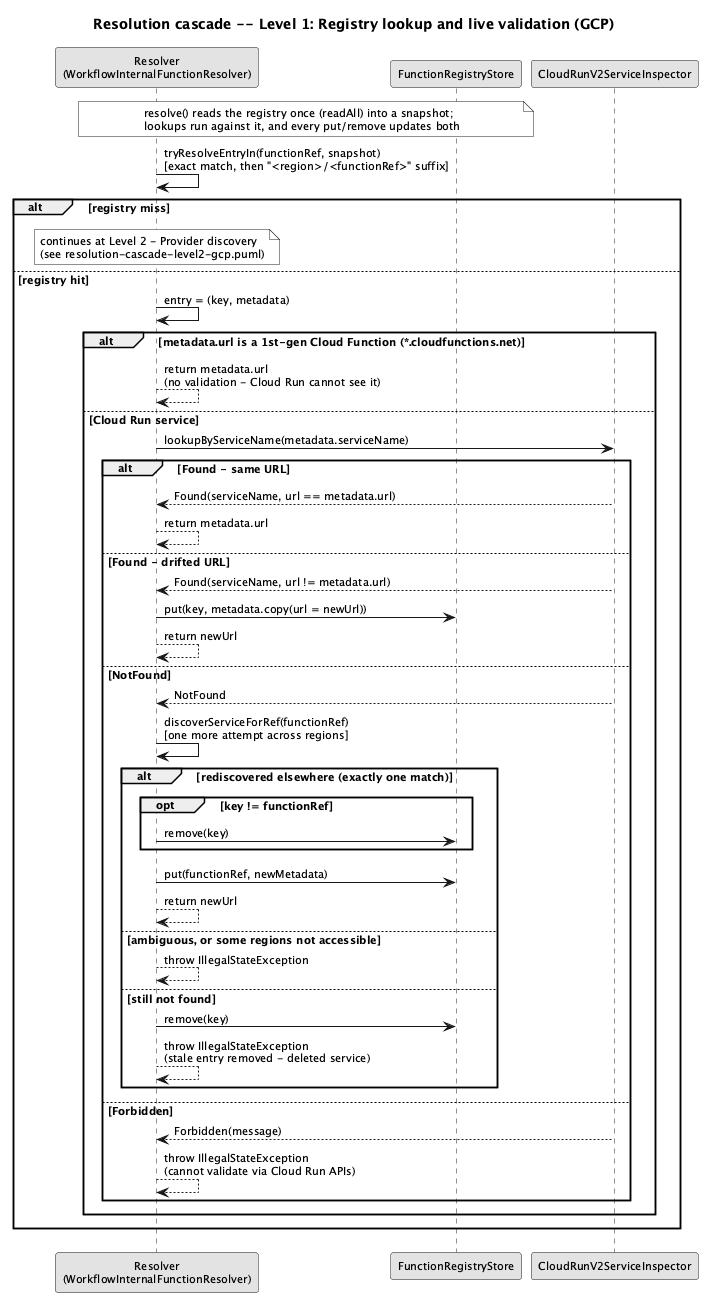
Earlier version of the PlantUML export diagrams/resolution-cascade-level1-gcp.png (EngenheiroPedroCarvalho/ISEL-Thesis-2526). The source it was exported from:
```plantuml
@startuml resolution-cascade-level1-gcp
skinparam monochrome true
skinparam shadowing false
skinparam defaultFontSize 11
title Resolution cascade -- Level 1: Registry lookup and live validation (GCP)

participant "Resolver\n(WorkflowInternalFunctionResolver)" as R
participant "FunctionRegistryStore" as REG
participant "CloudRunV2ServiceInspector" as GI

note over R, REG
  resolve() reads the registry once (readAll) into a snapshot;
  lookups run against it, and every put/remove updates both
end note
R -> R : tryResolveEntryIn(functionRef, snapshot)\n[exact match, then "<region>/<functionRef>" suffix]
alt registry miss
  note over R
    continues at Level 2 - Provider discovery
    (see resolution-cascade-level2-gcp.puml)
  end note
else registry hit
  R -> R : entry = (key, metadata)

  alt metadata.url is a 1st-gen Cloud Function (*.cloudfunctions.net)
    R --> R : return metadata.url\n(no validation - Cloud Run cannot see it)
  else Cloud Run service
    R -> GI : lookupByServiceName(metadata.serviceName)
    alt Found - same URL
      GI --> R : Found(serviceName, url == metadata.url)
      R --> R : return metadata.url
    else Found - drifted URL
      GI --> R : Found(serviceName, url != metadata.url)
      R -> REG : put(key, metadata.copy(url = newUrl))
      R --> R : return newUrl
    else NotFound
      GI --> R : NotFound
      R -> R : discoverServiceForRef(functionRef)\n[one more attempt across regions]
      alt rediscovered elsewhere (exactly one match)
        opt key != functionRef
          R -> REG : remove(key)
        end
        R -> REG : put(functionRef, newMetadata)
        R --> R : return newUrl
      else ambiguous, or some regions not accessible
        R --> R : throw IllegalStateException
      else still not found
        R -> REG : remove(key)
        R --> R : throw IllegalStateException\n(stale entry removed - deleted service)
      end
    else Forbidden
      GI --> R : Forbidden(message)
      R --> R : throw IllegalStateException\n(cannot validate via Cloud Run APIs)
    end
  end
end
@enduml
```
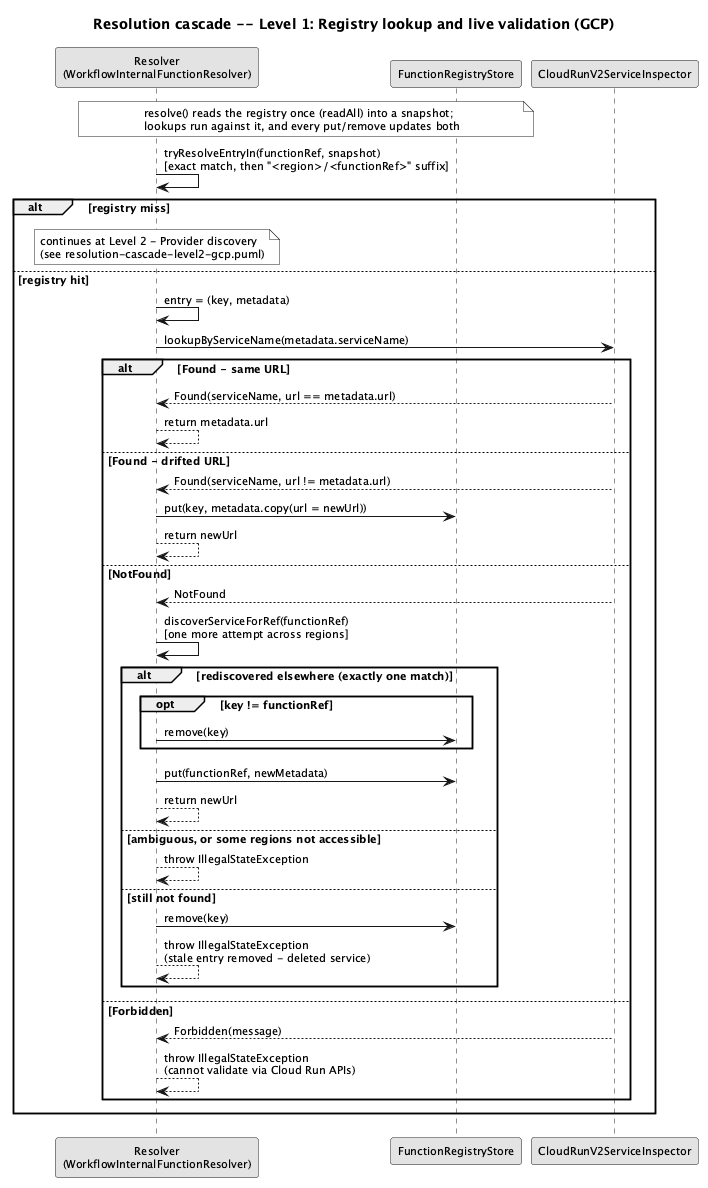
The same file after the commit.

The edit, as a diff of the source:
```diff
@@ -21,36 +21,32 @@
 else registry hit
   R -> R : entry = (key, metadata)
 
-  alt metadata.url is a 1st-gen Cloud Function (*.cloudfunctions.net)
-    R --> R : return metadata.url\n(no validation - Cloud Run cannot see it)
-  else Cloud Run service
-    R -> GI : lookupByServiceName(metadata.serviceName)
-    alt Found - same URL
-      GI --> R : Found(serviceName, url == metadata.url)
-      R --> R : return metadata.url
-    else Found - drifted URL
-      GI --> R : Found(serviceName, url != metadata.url)
-      R -> REG : put(key, metadata.copy(url = newUrl))
+  R -> GI : lookupByServiceName(metadata.serviceName)
+  alt Found - same URL
+    GI --> R : Found(serviceName, url == metadata.url)
+    R --> R : return metadata.url
+  else Found - drifted URL
+    GI --> R : Found(serviceName, url != metadata.url)
+    R -> REG : put(key, metadata.copy(url = newUrl))
+    R --> R : return newUrl
+  else NotFound
+    GI --> R : NotFound
+    R -> R : discoverServiceForRef(functionRef)\n[one more attempt across regions]
+    alt rediscovered elsewhere (exactly one match)
+      opt key != functionRef
+        R -> REG : remove(key)
+      end
+      R -> REG : put(functionRef, newMetadata)
       R --> R : return newUrl
-    else NotFound
-      GI --> R : NotFound
-      R -> R : discoverServiceForRef(functionRef)\n[one more attempt across regions]
-      alt rediscovered elsewhere (exactly one match)
-        opt key != functionRef
-          R -> REG : remove(key)
-        end
-        R -> REG : put(functionRef, newMetadata)
-        R --> R : return newUrl
-      else ambiguous, or some regions not accessible
-        R --> R : throw IllegalStateException
-      else still not found
-        R -> REG : remove(key)
-        R --> R : throw IllegalStateException\n(stale entry removed - deleted service)
-      end
-    else Forbidden
-      GI --> R : Forbidden(message)
-      R --> R : throw IllegalStateException\n(cannot validate via Cloud Run APIs)
+    else ambiguous, or some regions not accessible
+      R --> R : throw IllegalStateException
+    else still not found
+      R -> REG : remove(key)
+      R --> R : throw IllegalStateException\n(stale entry removed - deleted service)
     end
+  else Forbidden
+    GI --> R : Forbidden(message)
+    R --> R : throw IllegalStateException\n(cannot validate via Cloud Run APIs)
   end
 end
 @enduml
```
